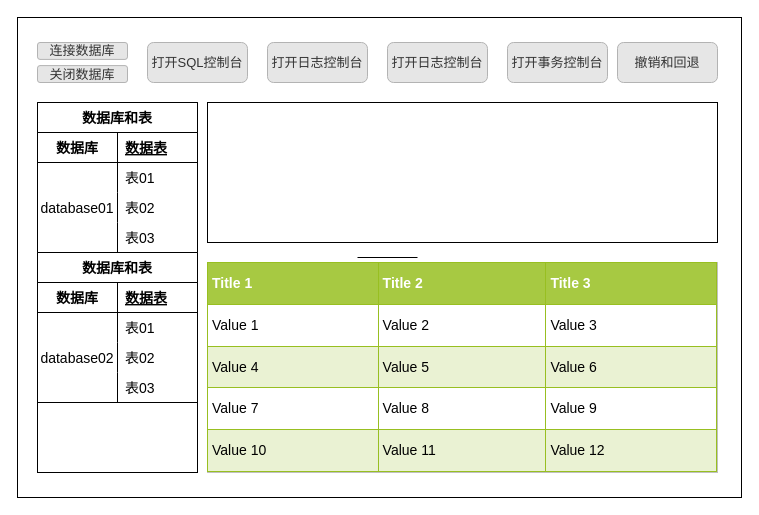
This is page "第 2 页" (2 of 2) of 数据库设计与实验课程.drawio from GreenTee-color/Documents, a draw.io file, before an edit. Source tidied: cells renumbered, new cells numbered last; positions are measured from the earlier drawing's top-left corner, leaving out a move shared by most shapes. Both pictures are drawn from the tidied source at 100%, with x=0, y=0 at pixel (17, 17).
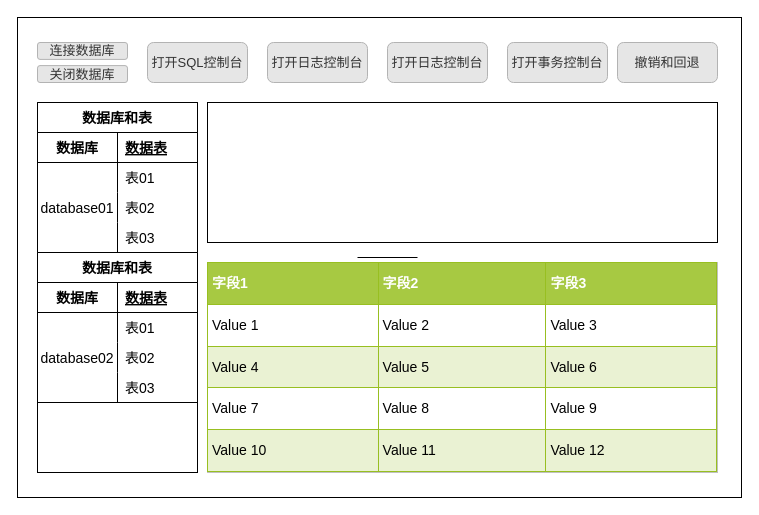
The same page after the edit.

Commit message (it also covers changes not shown here):
更新数据库设计与实验课程.drawio

Diff of the diagram source:
```diff
@@
-    <mxCell id="6" value="&lt;table border=&quot;1&quot; width=&quot;100%&quot; height=&quot;100%&quot; cellpadding=&quot;4&quot; style=&quot;width:100%;height:100%;border-collapse:collapse;&quot;&gt;&lt;tr style=&quot;background-color:#A7C942;color:#ffffff;border:1px solid #98bf21;&quot;&gt;&lt;th align=&quot;left&quot;&gt;Title 1&lt;/th&gt;&lt;th align=&quot;left&quot;&gt;Title 2&lt;/th&gt;&lt;th align=&quot;left&quot;&gt;Title 3&lt;/th&gt;&lt;/tr&gt;&lt;tr style=&quot;border:1px solid #98bf21;&quot;&gt;&lt;td&gt;Value 1&lt;/td&gt;&lt;td&gt;Value 2&lt;/td&gt;&lt;td&gt;Value 3&lt;/td&gt;&lt;/tr&gt;&lt;tr style=&quot;background-color:#EAF2D3;border:1px solid #98bf21;&quot;&gt;&lt;td&gt;Value 4&lt;/td&gt;&lt;td&gt;Value 5&lt;/td&gt;&lt;td&gt;Value 6&lt;/td&gt;&lt;/tr&gt;&lt;tr style=&quot;border:1px solid #98bf21;&quot;&gt;&lt;td&gt;Value 7&lt;/td&gt;&lt;td&gt;Value 8&lt;/td&gt;&lt;td&gt;Value 9&lt;/td&gt;&lt;/tr&gt;&lt;tr style=&quot;background-color:#EAF2D3;border:1px solid #98bf21;&quot;&gt;&lt;td&gt;Value 10&lt;/td&gt;&lt;td&gt;Value 11&lt;/td&gt;&lt;td&gt;Value 12&lt;/td&gt;&lt;/tr&gt;&lt;/table&gt;" style="text;html=1;strokeColor=#c0c0c0;fillColor=#ffffff;overflow=fill;rounded=0;fontSize=14;" parent="1" vertex="1">
+    <mxCell id="6" value="&lt;table border=&quot;1&quot; width=&quot;100%&quot; height=&quot;100%&quot; cellpadding=&quot;4&quot; style=&quot;width:100%;height:100%;border-collapse:collapse;&quot;&gt;&lt;tbody&gt;&lt;tr style=&quot;background-color:#A7C942;color:#ffffff;border:1px solid #98bf21;&quot;&gt;&lt;th align=&quot;left&quot;&gt;字段1&lt;/th&gt;&lt;th align=&quot;left&quot;&gt;字段2&lt;/th&gt;&lt;th align=&quot;left&quot;&gt;字段3&lt;br&gt;&lt;/th&gt;&lt;/tr&gt;&lt;tr style=&quot;border:1px solid #98bf21;&quot;&gt;&lt;td&gt;Value 1&lt;/td&gt;&lt;td&gt;Value 2&lt;/td&gt;&lt;td&gt;Value 3&lt;/td&gt;&lt;/tr&gt;&lt;tr style=&quot;background-color:#EAF2D3;border:1px solid #98bf21;&quot;&gt;&lt;td&gt;Value 4&lt;/td&gt;&lt;td&gt;Value 5&lt;/td&gt;&lt;td&gt;Value 6&lt;/td&gt;&lt;/tr&gt;&lt;tr style=&quot;border:1px solid #98bf21;&quot;&gt;&lt;td&gt;Value 7&lt;/td&gt;&lt;td&gt;Value 8&lt;/td&gt;&lt;td&gt;Value 9&lt;/td&gt;&lt;/tr&gt;&lt;tr style=&quot;background-color:#EAF2D3;border:1px solid #98bf21;&quot;&gt;&lt;td&gt;Value 10&lt;/td&gt;&lt;td&gt;Value 11&lt;/td&gt;&lt;td&gt;Value 12&lt;/td&gt;&lt;/tr&gt;&lt;/tbody&gt;&lt;/table&gt;" style="text;html=1;strokeColor=#c0c0c0;fillColor=#ffffff;overflow=fill;rounded=0;fontSize=14;" parent="1" vertex="1">
       <mxGeometry x="190" y="245" width="510" height="210" as="geometry" />
     </mxCell>
```
